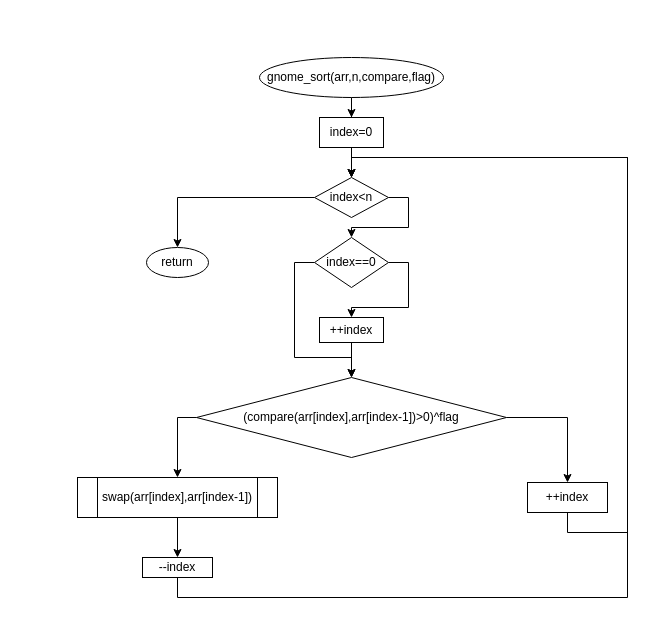
Above: page "gnome_sort" (1 of 7) of lab5.drawio in Alvald1/draw.io (draw.io), before the change. Source tidied: cells renumbered, new cells numbered last; positions are measured from the earlier drawing's top-left corner, leaving out a move shared by most shapes. Both pictures are drawn from the tidied source at 100%, with x=0, y=0 at pixel (77, 57).
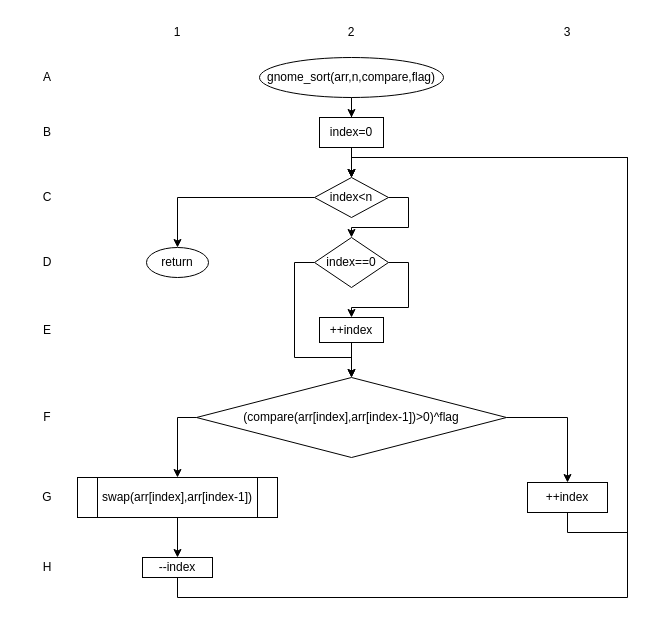
Above is the later version.

What changed in the source:
```diff
@@
+    <mxCell id="24" value="A" style="text;html=1;strokeColor=none;fillColor=none;align=center;verticalAlign=middle;whiteSpace=wrap;rounded=0;" parent="1" vertex="1">
+      <mxGeometry x="-60" y="5" width="60" height="30" as="geometry" />
+    </mxCell>
+    <mxCell id="25" value="B" style="text;html=1;strokeColor=none;fillColor=none;align=center;verticalAlign=middle;whiteSpace=wrap;rounded=0;" parent="1" vertex="1">
+      <mxGeometry x="-60" y="60" width="60" height="30" as="geometry" />
+    </mxCell>
+    <mxCell id="26" value="C" style="text;html=1;strokeColor=none;fillColor=none;align=center;verticalAlign=middle;whiteSpace=wrap;rounded=0;" parent="1" vertex="1">
+      <mxGeometry x="-60" y="125" width="60" height="30" as="geometry" />
+    </mxCell>
+    <mxCell id="27" value="D" style="text;html=1;strokeColor=none;fillColor=none;align=center;verticalAlign=middle;whiteSpace=wrap;rounded=0;" parent="1" vertex="1">
+      <mxGeometry x="-60" y="190" width="60" height="30" as="geometry" />
+    </mxCell>
+    <mxCell id="28" value="E" style="text;html=1;strokeColor=none;fillColor=none;align=center;verticalAlign=middle;whiteSpace=wrap;rounded=0;" parent="1" vertex="1">
+      <mxGeometry x="-60" y="257.5" width="60" height="30" as="geometry" />
+    </mxCell>
+    <mxCell id="29" value="F" style="text;html=1;strokeColor=none;fillColor=none;align=center;verticalAlign=middle;whiteSpace=wrap;rounded=0;" parent="1" vertex="1">
+      <mxGeometry x="-60" y="345" width="60" height="30" as="geometry" />
+    </mxCell>
+    <mxCell id="30" value="G" style="text;html=1;strokeColor=none;fillColor=none;align=center;verticalAlign=middle;whiteSpace=wrap;rounded=0;" parent="1" vertex="1">
+      <mxGeometry x="-60" y="425" width="60" height="30" as="geometry" />
+    </mxCell>
+    <mxCell id="31" value="H" style="text;html=1;strokeColor=none;fillColor=none;align=center;verticalAlign=middle;whiteSpace=wrap;rounded=0;" parent="1" vertex="1">
+      <mxGeometry x="-60" y="495" width="60" height="30" as="geometry" />
+    </mxCell>
+    <mxCell id="32" value="1" style="text;html=1;strokeColor=none;fillColor=none;align=center;verticalAlign=middle;whiteSpace=wrap;rounded=0;" parent="1" vertex="1">
+      <mxGeometry x="70" y="-40" width="60" height="30" as="geometry" />
+    </mxCell>
+    <mxCell id="33" value="2" style="text;html=1;strokeColor=none;fillColor=none;align=center;verticalAlign=middle;whiteSpace=wrap;rounded=0;" parent="1" vertex="1">
+      <mxGeometry x="244" y="-40" width="60" height="30" as="geometry" />
+    </mxCell>
+    <mxCell id="34" value="3" style="text;html=1;strokeColor=none;fillColor=none;align=center;verticalAlign=middle;whiteSpace=wrap;rounded=0;" parent="1" vertex="1">
+      <mxGeometry x="460" y="-40" width="60" height="30" as="geometry" />
+    </mxCell>
```
